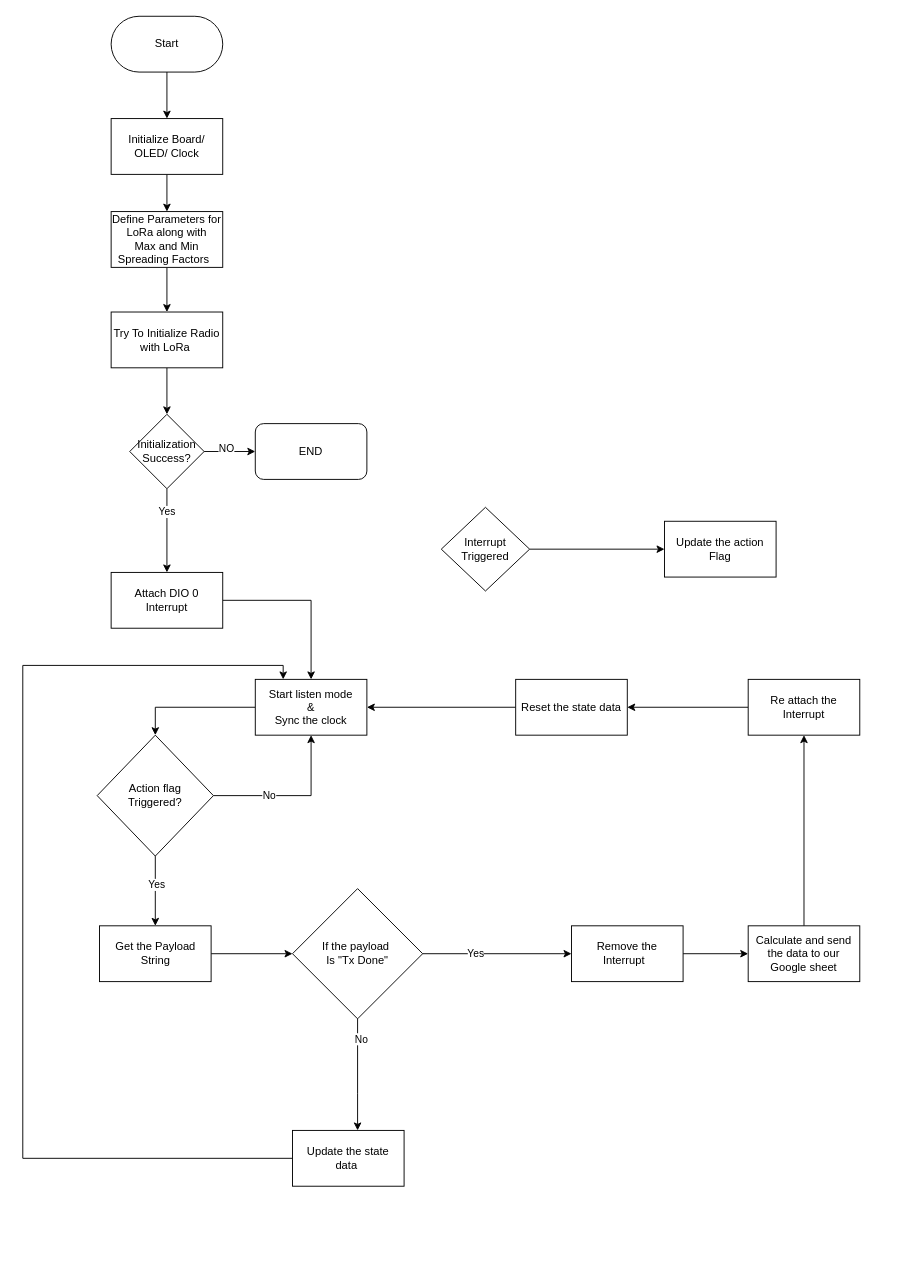
Above: LoRaReciver.drawio in NuwanUdara/my-diagrams (draw.io), before the change. Source tidied: cells renumbered, new cells numbered last; positions are measured from the earlier drawing's top-left corner, leaving out a move shared by most shapes. Both pictures are drawn from the tidied source at 93%, with x=0, y=0 at pixel (22, 16). Pictures stored in the file or linked from it are replaced by grey dashed boxes.
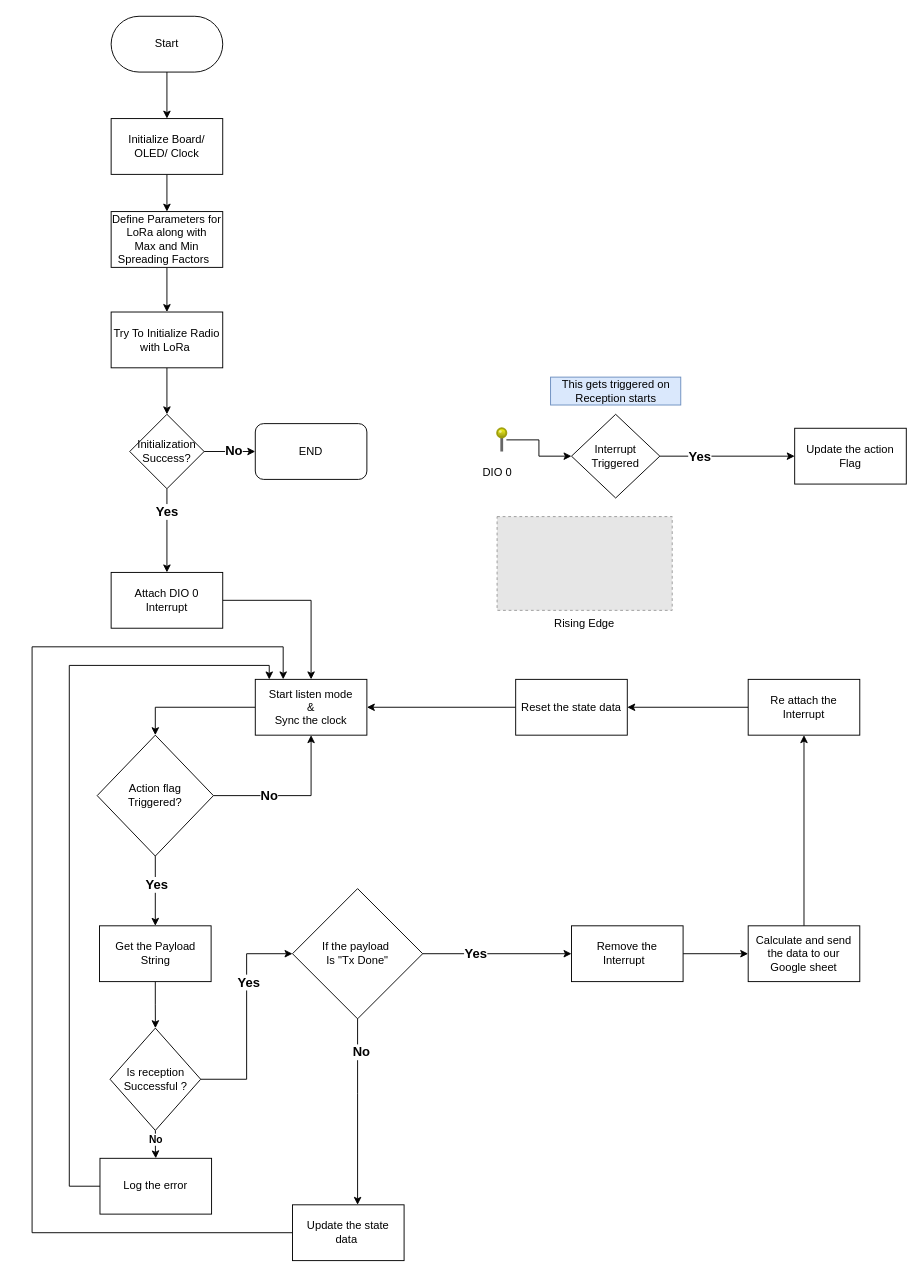
Above is the later version.

Unchanged cells that the change refers to:
```xml
<mxCell id="10" style="edgeStyle=orthogonalEdgeStyle;rounded=0;jettySize=auto;html=1;" parent="1" edge="1" source="14" target="16">
  <mxGeometry relative="1" as="geometry" />
</mxCell>
<mxCell id="12" style="edgeStyle=orthogonalEdgeStyle;rounded=0;jettySize=auto;html=1;entryX=0;entryY=0.5;entryDx=0;entryDy=0;" parent="1" edge="1" source="14" target="17">
  <mxGeometry relative="1" as="geometry" />
</mxCell>
<mxCell id="21" style="edgeStyle=orthogonalEdgeStyle;rounded=0;jettySize=auto;html=1;" parent="1" edge="1" source="25" target="27">
  <mxGeometry relative="1" as="geometry" />
</mxCell>
<mxCell id="23" style="edgeStyle=orthogonalEdgeStyle;rounded=0;jettySize=auto;html=1;entryX=0.5;entryY=1;entryDx=0;entryDy=0;" parent="1" edge="1" source="25" target="29">
  <mxGeometry relative="1" as="geometry" />
</mxCell>
<mxCell id="27" value="Get the Payload String" style="whiteSpace=wrap;html=1;" parent="1" vertex="1">
  <mxGeometry x="82.5" y="978" width="120" height="60" as="geometry" />
</mxCell>
<mxCell id="29" value="Start listen mode&lt;br&gt;&amp;amp;&lt;br&gt;Sync the clock" style="rounded=0;whiteSpace=wrap;html=1;" parent="1" vertex="1">
  <mxGeometry x="250" y="713" width="120" height="60" as="geometry" />
</mxCell>
<mxCell id="30" style="edgeStyle=orthogonalEdgeStyle;rounded=0;jettySize=auto;html=1;" parent="1" edge="1" source="34" target="36">
  <mxGeometry relative="1" as="geometry" />
</mxCell>
<mxCell id="32" style="edgeStyle=orthogonalEdgeStyle;rounded=0;jettySize=auto;html=1;" parent="1" edge="1" source="34" target="38">
  <mxGeometry relative="1" as="geometry">
    <Array as="points">
      <mxPoint x="360" y="1158" />
      <mxPoint x="360" y="1158" />
    </Array>
  </mxGeometry>
</mxCell>
<mxCell id="34" value="If the payload&amp;nbsp;&lt;br&gt;Is &quot;Tx Done&quot;" style="rhombus;whiteSpace=wrap;html=1;" parent="1" vertex="1">
  <mxGeometry x="290" y="938" width="140" height="140" as="geometry" />
</mxCell>
```

The edit, as a diff of the source:
```diff
@@
-    <mxCell id="11" value="Yes" style="edgeLabel;html=1;align=center;verticalAlign=middle;" parent="10" vertex="1">
+    <mxCell id="11" value="Yes" style="edgeLabel;html=1;align=center;verticalAlign=middle;fontStyle=1;fontSize=14;" parent="10" vertex="1">
       <mxGeometry x="-0.47" y="-1" relative="1" as="geometry" />
     </mxCell>
@@
-    <mxCell id="13" value="NO" style="edgeLabel;html=1;align=center;verticalAlign=middle;" parent="12" vertex="1">
-      <mxGeometry x="-0.16" y="4" relative="1" as="geometry" />
-    </mxCell>
+    <mxCell id="45" value="No" style="edgeLabel;html=1;align=center;verticalAlign=middle;fontStyle=1;fontSize=14;" parent="12" vertex="1">
+      <mxGeometry x="0.13" y="2" relative="1" as="geometry" />
+    </mxCell>
@@
-    <mxCell id="18" style="edgeStyle=orthogonalEdgeStyle;rounded=0;jettySize=auto;html=1;entryX=0;entryY=0.5;entryDx=0;entryDy=0;" parent="1" edge="1" source="19" target="20">
-      <mxGeometry relative="1" as="geometry" />
-    </mxCell>
-    <mxCell id="19" value="Interrupt Triggered" style="rhombus;whiteSpace=wrap;html=1;rounded=0;" parent="1" vertex="1">
-      <mxGeometry x="450" y="528" width="95" height="90" as="geometry" />
-    </mxCell>
-    <mxCell id="20" value="Update the action Flag" style="rounded=0;whiteSpace=wrap;html=1;" parent="1" vertex="1">
-      <mxGeometry x="690" y="543" width="120" height="60" as="geometry" />
-    </mxCell>
@@
-    <mxCell id="22" value="Yes" style="edgeLabel;html=1;align=center;verticalAlign=middle;" parent="21" vertex="1">
+    <mxCell id="22" value="Yes" style="edgeLabel;html=1;align=center;verticalAlign=middle;fontSize=14;fontStyle=1;" parent="21" vertex="1">
       <mxGeometry x="-0.19" y="2" relative="1" as="geometry">
         <mxPoint x="-1" as="offset" />
       </mxGeometry>
     </mxCell>
@@
-    <mxCell id="24" value="No" style="edgeLabel;html=1;align=center;verticalAlign=middle;" parent="23" vertex="1">
+    <mxCell id="24" value="No" style="edgeLabel;html=1;align=center;verticalAlign=middle;fontSize=14;fontStyle=1;" parent="23" vertex="1">
       <mxGeometry x="-0.31" y="1" relative="1" as="geometry" />
     </mxCell>
@@
-    <mxCell id="26" style="edgeStyle=orthogonalEdgeStyle;rounded=0;jettySize=auto;html=1;entryX=0;entryY=0.5;entryDx=0;entryDy=0;" parent="1" edge="1" source="27" target="34">
-      <mxGeometry relative="1" as="geometry" />
-    </mxCell>
+    <mxCell id="46" style="edgeStyle=orthogonalEdgeStyle;rounded=0;jettySize=auto;html=1;" parent="1" edge="1" source="27" target="57">
+      <mxGeometry relative="1" as="geometry" />
+    </mxCell>
@@
-    <mxCell id="31" value="Yes" style="edgeLabel;html=1;align=center;verticalAlign=middle;" parent="30" vertex="1">
+    <mxCell id="31" value="Yes" style="edgeLabel;html=1;align=center;verticalAlign=middle;fontStyle=1;fontSize=14;" parent="30" vertex="1">
       <mxGeometry x="-0.3" y="1" relative="1" as="geometry" />
     </mxCell>
@@
-    <mxCell id="33" value="No" style="edgeLabel;html=1;align=center;verticalAlign=middle;" parent="32" vertex="1">
+    <mxCell id="33" value="No" style="edgeLabel;html=1;align=center;verticalAlign=middle;fontStyle=1;fontSize=14;" parent="32" vertex="1">
       <mxGeometry x="-0.65" y="3" relative="1" as="geometry" />
     </mxCell>
@@
-    <mxCell id="37" style="edgeStyle=orthogonalEdgeStyle;rounded=0;jettySize=auto;html=1;entryX=0.25;entryY=0;entryDx=0;entryDy=0;exitX=0;exitY=0.5;exitDx=0;exitDy=0;" parent="1" edge="1" source="38" target="29">
+    <mxCell id="37" style="edgeStyle=orthogonalEdgeStyle;rounded=0;jettySize=auto;html=1;exitX=0;exitY=0.5;exitDx=0;exitDy=0;entryX=0.25;entryY=0;entryDx=0;entryDy=0;" parent="1" edge="1" source="38" target="29">
       <mxGeometry relative="1" as="geometry">
         <Array as="points">
-          <mxPoint y="1228" />
-          <mxPoint y="698" />
-          <mxPoint x="280" y="698" />
+          <mxPoint x="10" y="1308" />
+          <mxPoint x="10" y="678" />
+          <mxPoint x="280" y="678" />
         </Array>
       </mxGeometry>
     </mxCell>
     <mxCell id="38" value="Update the state data&amp;nbsp;" style="whiteSpace=wrap;html=1;" parent="1" vertex="1">
-      <mxGeometry x="290" y="1198" width="120" height="60" as="geometry" />
+      <mxGeometry x="290" y="1278" width="120" height="60" as="geometry" />
     </mxCell>
@@
+    <mxCell id="18" style="edgeStyle=orthogonalEdgeStyle;rounded=0;jettySize=auto;html=1;entryX=0;entryY=0.5;entryDx=0;entryDy=0;" parent="1" edge="1" source="19" target="20">
+      <mxGeometry relative="1" as="geometry" />
+    </mxCell>
+    <mxCell id="47" value="Yes" style="edgeLabel;html=1;align=center;verticalAlign=middle;fontStyle=1;fontSize=14;" parent="18" vertex="1">
+      <mxGeometry x="-0.42" relative="1" as="geometry" />
+    </mxCell>
+    <mxCell id="19" value="Interrupt Triggered" style="rhombus;whiteSpace=wrap;html=1;rounded=0;" parent="1" vertex="1">
+      <mxGeometry x="590" y="428" width="95" height="90" as="geometry" />
+    </mxCell>
+    <mxCell id="20" value="Update the action Flag" style="rounded=0;whiteSpace=wrap;html=1;" parent="1" vertex="1">
+      <mxGeometry x="830" y="443" width="120" height="60" as="geometry" />
+    </mxCell>
+    <mxCell id="48" value="This gets triggered on Reception starts" style="text;html=1;strokeColor=#6c8ebf;fillColor=#dae8fc;align=center;verticalAlign=middle;whiteSpace=wrap;rounded=0;" parent="1" vertex="1">
+      <mxGeometry x="567.5" y="388" width="140" height="30" as="geometry" />
+    </mxCell>
+    <mxCell id="49" style="edgeStyle=orthogonalEdgeStyle;rounded=0;jettySize=auto;html=1;entryX=0;entryY=0.5;entryDx=0;entryDy=0;" parent="1" edge="1" source="50" target="19">
+      <mxGeometry relative="1" as="geometry" />
+    </mxCell>
+    <mxCell id="50" style="verticalLabelPosition=top;shadow=0;dashed=0;align=center;html=1;verticalAlign=bottom;strokeWidth=1;shape=mxgraph.mockup.misc.pin;fillColor2=#ffff00;fillColor3=#888800;strokeColor=#999900;" parent="1" vertex="1">
+      <mxGeometry x="510" y="443" width="10" height="25" as="geometry" />
+    </mxCell>
+    <mxCell id="51" value="Rising Edge" style="fillColor=#E6E6E6;strokeColor=#999999;dashed=1;verticalLabelPosition=bottom;labelBackgroundColor=default;verticalAlign=top;" parent="1" vertex="1">
+      <mxGeometry x="510" y="538" width="188.3" height="100.8" as="geometry" />
+    </mxCell>
+    <mxCell id="52" value="DIO 0" style="text;html=1;align=center;verticalAlign=middle;strokeColor=none;fillColor=none;" parent="1" vertex="1">
+      <mxGeometry x="485" y="476" width="50" height="30" as="geometry" />
+    </mxCell>
+    <mxCell id="53" style="edgeStyle=orthogonalEdgeStyle;rounded=0;jettySize=auto;html=1;entryX=0;entryY=0.5;entryDx=0;entryDy=0;" parent="1" edge="1" source="57" target="34">
+      <mxGeometry relative="1" as="geometry" />
+    </mxCell>
+    <mxCell id="54" value="Yes" style="edgeLabel;html=1;align=center;verticalAlign=middle;fontStyle=1;fontSize=14;" parent="53" vertex="1">
+      <mxGeometry x="0.32" y="-2" relative="1" as="geometry" />
+    </mxCell>
+    <mxCell id="55" style="edgeStyle=orthogonalEdgeStyle;rounded=0;jettySize=auto;html=1;" parent="1" edge="1" source="57" target="59">
+      <mxGeometry relative="1" as="geometry" />
+    </mxCell>
+    <mxCell id="56" value="No" style="edgeLabel;html=1;align=center;verticalAlign=middle;fontStyle=1;" parent="55" vertex="1">
+      <mxGeometry x="0.03" relative="1" as="geometry">
+        <mxPoint y="-6" as="offset" />
+      </mxGeometry>
+    </mxCell>
+    <mxCell id="57" value="Is reception Successful ?" style="rhombus;whiteSpace=wrap;html=1;" parent="1" vertex="1">
+      <mxGeometry x="93.8" y="1088" width="97.5" height="110" as="geometry" />
+    </mxCell>
+    <mxCell id="58" style="edgeStyle=orthogonalEdgeStyle;rounded=0;jettySize=auto;html=1;exitX=0;exitY=0.5;exitDx=0;exitDy=0;entryX=0.125;entryY=0.001;entryDx=0;entryDy=0;entryPerimeter=0;" parent="1" edge="1" source="59" target="29">
+      <mxGeometry relative="1" as="geometry">
+        <Array as="points">
+          <mxPoint x="50" y="1258" />
+          <mxPoint x="50" y="698" />
+          <mxPoint x="265" y="698" />
+        </Array>
+      </mxGeometry>
+    </mxCell>
+    <mxCell id="59" value="Log the error" style="rounded=0;whiteSpace=wrap;html=1;" parent="1" vertex="1">
+      <mxGeometry x="83" y="1228" width="120" height="60" as="geometry" />
+    </mxCell>
```
